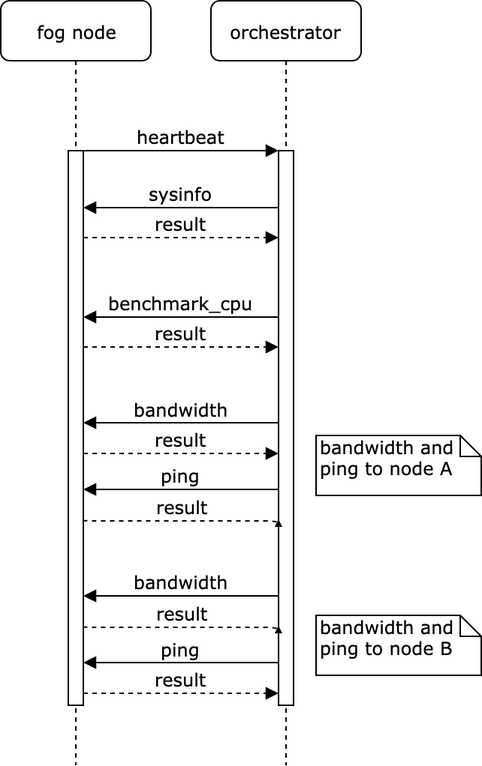
The draw.io diagram documents/overleaf/figures/orchestrator-initial-heartbeat.png in slienau/bachelor-thesis, before a commit. Source tidied: cells renumbered, new cells last; positions are measured from the earlier drawing's top-left corner, leaving out a move shared by most shapes. Its diagram source:
```xml
<mxGraphModel>
  <root>
    <mxCell id="0" />
    <mxCell id="1" parent="0" />
    <mxCell id="2" value="orchestrator" style="shape=umlLifeline;perimeter=lifelinePerimeter;whiteSpace=wrap;html=1;rounded=1;shadow=0;comic=0;labelBackgroundColor=none;strokeColor=#000000;strokeWidth=1;fillColor=#FFFFFF;fontFamily=Verdana;fontSize=12;fontColor=#000000;align=center;" parent="1" vertex="1">
      <mxGeometry x="140" width="100" height="510" as="geometry" />
    </mxCell>
    <mxCell id="3" style="html=1;points=[];perimeter=orthogonalPerimeter;rounded=0;shadow=0;comic=0;labelBackgroundColor=none;strokeColor=#000000;strokeWidth=1;fillColor=#FFFFFF;fontFamily=Verdana;fontSize=12;fontColor=#000000;align=center;" parent="2" vertex="1">
      <mxGeometry x="45" y="100" width="10" height="370" as="geometry" />
    </mxCell>
    <mxCell id="4" value="fog node" style="shape=umlLifeline;perimeter=lifelinePerimeter;whiteSpace=wrap;html=1;rounded=1;shadow=0;comic=0;labelBackgroundColor=none;strokeColor=#000000;strokeWidth=1;fillColor=#FFFFFF;fontFamily=Verdana;fontSize=12;fontColor=#000000;align=center;" parent="1" vertex="1">
      <mxGeometry width="100" height="510" as="geometry" />
    </mxCell>
    <mxCell id="5" style="html=1;points=[];perimeter=orthogonalPerimeter;rounded=0;shadow=0;comic=0;labelBackgroundColor=none;strokeColor=#000000;strokeWidth=1;fillColor=#FFFFFF;fontFamily=Verdana;fontSize=12;fontColor=#000000;align=center;" parent="4" vertex="1">
      <mxGeometry x="45" y="100" width="10" height="370" as="geometry" />
    </mxCell>
    <mxCell id="6" value="heartbeat" style="html=1;verticalAlign=bottom;endArrow=block;entryX=0;entryY=0;labelBackgroundColor=none;fontFamily=Verdana;fontSize=12;edgeStyle=elbowEdgeStyle;elbow=vertical;" parent="1" edge="1" source="5" target="3">
      <mxGeometry relative="1" as="geometry" />
    </mxCell>
    <mxCell id="7" value="bandwidth and ping to node A" style="shape=note;whiteSpace=wrap;html=1;size=14;verticalAlign=top;align=left;spacingTop=-6;rounded=0;shadow=0;comic=0;labelBackgroundColor=none;strokeColor=#000000;strokeWidth=1;fillColor=#FFFFFF;fontFamily=Verdana;fontSize=12;fontColor=#000000;" parent="1" vertex="1">
      <mxGeometry x="210" y="290" width="110" height="40" as="geometry" />
    </mxCell>
    <mxCell id="8" value="sysinfo" style="html=1;verticalAlign=bottom;endArrow=none;entryX=0;entryY=0;labelBackgroundColor=none;fontFamily=Verdana;fontSize=12;edgeStyle=elbowEdgeStyle;elbow=vertical;startArrow=block;startFill=1;endFill=0;" parent="1" edge="1">
      <mxGeometry relative="1" as="geometry">
        <mxPoint x="55" y="138" as="sourcePoint" />
        <mxPoint x="185" y="138" as="targetPoint" />
      </mxGeometry>
    </mxCell>
    <mxCell id="9" value="result" style="html=1;verticalAlign=bottom;endArrow=block;entryX=0;entryY=0;labelBackgroundColor=none;fontFamily=Verdana;fontSize=12;edgeStyle=elbowEdgeStyle;elbow=vertical;dashed=1;" parent="1" edge="1">
      <mxGeometry relative="1" as="geometry">
        <mxPoint x="55" y="158" as="sourcePoint" />
        <mxPoint x="185" y="158" as="targetPoint" />
      </mxGeometry>
    </mxCell>
    <mxCell id="10" value="result" style="html=1;verticalAlign=bottom;endArrow=block;entryX=0;entryY=0;labelBackgroundColor=none;fontFamily=Verdana;fontSize=12;edgeStyle=elbowEdgeStyle;elbow=vertical;dashed=1;" parent="1" edge="1">
      <mxGeometry relative="1" as="geometry">
        <mxPoint x="55" y="302" as="sourcePoint" />
        <mxPoint x="185" y="302" as="targetPoint" />
      </mxGeometry>
    </mxCell>
    <mxCell id="11" value="bandwidth" style="html=1;verticalAlign=bottom;endArrow=none;entryX=0;entryY=0;labelBackgroundColor=none;fontFamily=Verdana;fontSize=12;edgeStyle=elbowEdgeStyle;elbow=horizontal;startArrow=block;startFill=1;endFill=0;" parent="1" edge="1">
      <mxGeometry relative="1" as="geometry">
        <mxPoint x="55" y="281.5" as="sourcePoint" />
        <mxPoint x="185" y="281.5" as="targetPoint" />
      </mxGeometry>
    </mxCell>
    <mxCell id="12" value="ping" style="html=1;verticalAlign=bottom;endArrow=none;entryX=0;entryY=0;labelBackgroundColor=none;fontFamily=Verdana;fontSize=12;edgeStyle=elbowEdgeStyle;elbow=horizontal;startArrow=block;startFill=1;endFill=0;" parent="1" edge="1">
      <mxGeometry relative="1" as="geometry">
        <mxPoint x="55" y="326" as="sourcePoint" />
        <mxPoint x="185" y="326" as="targetPoint" />
      </mxGeometry>
    </mxCell>
    <mxCell id="13" value="result" style="html=1;verticalAlign=bottom;endArrow=block;entryX=0;entryY=0;labelBackgroundColor=none;fontFamily=Verdana;fontSize=12;edgeStyle=elbowEdgeStyle;elbow=vertical;dashed=1;" parent="1" edge="1">
      <mxGeometry relative="1" as="geometry">
        <mxPoint x="55" y="346.5" as="sourcePoint" />
        <mxPoint x="185" y="346.5" as="targetPoint" />
      </mxGeometry>
    </mxCell>
    <mxCell id="14" value="benchmark_cpu" style="html=1;verticalAlign=bottom;endArrow=none;entryX=0;entryY=0;labelBackgroundColor=none;fontFamily=Verdana;fontSize=12;edgeStyle=elbowEdgeStyle;elbow=vertical;startArrow=block;startFill=1;endFill=0;" parent="1" edge="1">
      <mxGeometry relative="1" as="geometry">
        <mxPoint x="55" y="211" as="sourcePoint" />
        <mxPoint x="185" y="211" as="targetPoint" />
      </mxGeometry>
    </mxCell>
    <mxCell id="15" value="result" style="html=1;verticalAlign=bottom;endArrow=block;entryX=0;entryY=0;labelBackgroundColor=none;fontFamily=Verdana;fontSize=12;edgeStyle=elbowEdgeStyle;elbow=vertical;dashed=1;" parent="1" edge="1">
      <mxGeometry relative="1" as="geometry">
        <mxPoint x="55" y="231" as="sourcePoint" />
        <mxPoint x="185" y="231" as="targetPoint" />
      </mxGeometry>
    </mxCell>
    <mxCell id="16" value="bandwidth" style="html=1;verticalAlign=bottom;endArrow=none;entryX=0;entryY=0;labelBackgroundColor=none;fontFamily=Verdana;fontSize=12;edgeStyle=elbowEdgeStyle;elbow=horizontal;startArrow=block;startFill=1;endFill=0;" parent="1" edge="1">
      <mxGeometry relative="1" as="geometry">
        <mxPoint x="55" y="397" as="sourcePoint" />
        <mxPoint x="185" y="397" as="targetPoint" />
      </mxGeometry>
    </mxCell>
    <mxCell id="17" value="result" style="html=1;verticalAlign=bottom;endArrow=block;entryX=0;entryY=0;labelBackgroundColor=none;fontFamily=Verdana;fontSize=12;edgeStyle=elbowEdgeStyle;elbow=vertical;dashed=1;" parent="1" edge="1">
      <mxGeometry relative="1" as="geometry">
        <mxPoint x="55" y="417.5" as="sourcePoint" />
        <mxPoint x="185" y="417.5" as="targetPoint" />
      </mxGeometry>
    </mxCell>
    <mxCell id="18" value="ping" style="html=1;verticalAlign=bottom;endArrow=none;entryX=0;entryY=0;labelBackgroundColor=none;fontFamily=Verdana;fontSize=12;edgeStyle=elbowEdgeStyle;elbow=horizontal;startArrow=block;startFill=1;endFill=0;" parent="1" edge="1">
      <mxGeometry relative="1" as="geometry">
        <mxPoint x="55" y="441.5" as="sourcePoint" />
        <mxPoint x="185" y="441.5" as="targetPoint" />
      </mxGeometry>
    </mxCell>
    <mxCell id="19" value="result" style="html=1;verticalAlign=bottom;endArrow=block;entryX=0;entryY=0;labelBackgroundColor=none;fontFamily=Verdana;fontSize=12;edgeStyle=elbowEdgeStyle;elbow=vertical;dashed=1;" parent="1" edge="1">
      <mxGeometry relative="1" as="geometry">
        <mxPoint x="55" y="462" as="sourcePoint" />
        <mxPoint x="185" y="462" as="targetPoint" />
      </mxGeometry>
    </mxCell>
    <mxCell id="20" value="bandwidth and ping to node B" style="shape=note;whiteSpace=wrap;html=1;size=14;verticalAlign=top;align=left;spacingTop=-6;rounded=0;shadow=0;comic=0;labelBackgroundColor=none;strokeColor=#000000;strokeWidth=1;fillColor=#FFFFFF;fontFamily=Verdana;fontSize=12;fontColor=#000000;" parent="1" vertex="1">
      <mxGeometry x="210" y="410" width="110" height="40" as="geometry" />
    </mxCell>
  </root>
</mxGraphModel>
```
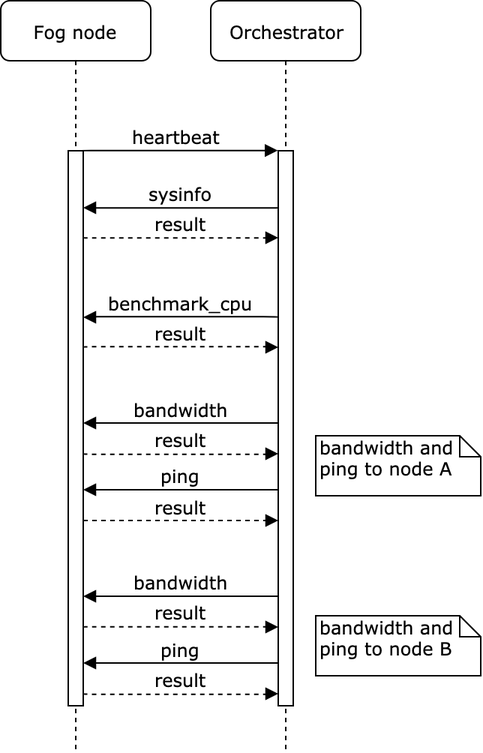
The same diagram one commit later.

The edit, as a diff of the source:
```diff
@@ -2,14 +2,14 @@
   <root>
     <mxCell id="0" />
     <mxCell id="1" parent="0" />
-    <mxCell id="2" value="orchestrator" style="shape=umlLifeline;perimeter=lifelinePerimeter;whiteSpace=wrap;html=1;rounded=1;shadow=0;comic=0;labelBackgroundColor=none;strokeColor=#000000;strokeWidth=1;fillColor=#FFFFFF;fontFamily=Verdana;fontSize=12;fontColor=#000000;align=center;" parent="1" vertex="1">
-      <mxGeometry x="140" width="100" height="510" as="geometry" />
+    <mxCell id="2" value="Orchestrator" style="shape=umlLifeline;perimeter=lifelinePerimeter;whiteSpace=wrap;html=1;rounded=1;shadow=0;comic=0;labelBackgroundColor=none;strokeColor=#000000;strokeWidth=1;fillColor=#FFFFFF;fontFamily=Verdana;fontSize=12;fontColor=#000000;align=center;" parent="1" vertex="1">
+      <mxGeometry x="140" width="100" height="500" as="geometry" />
     </mxCell>
     <mxCell id="3" style="html=1;points=[];perimeter=orthogonalPerimeter;rounded=0;shadow=0;comic=0;labelBackgroundColor=none;strokeColor=#000000;strokeWidth=1;fillColor=#FFFFFF;fontFamily=Verdana;fontSize=12;fontColor=#000000;align=center;" parent="2" vertex="1">
       <mxGeometry x="45" y="100" width="10" height="370" as="geometry" />
     </mxCell>
-    <mxCell id="4" value="fog node" style="shape=umlLifeline;perimeter=lifelinePerimeter;whiteSpace=wrap;html=1;rounded=1;shadow=0;comic=0;labelBackgroundColor=none;strokeColor=#000000;strokeWidth=1;fillColor=#FFFFFF;fontFamily=Verdana;fontSize=12;fontColor=#000000;align=center;" parent="1" vertex="1">
-      <mxGeometry width="100" height="510" as="geometry" />
+    <mxCell id="4" value="Fog node" style="shape=umlLifeline;perimeter=lifelinePerimeter;whiteSpace=wrap;html=1;rounded=1;shadow=0;comic=0;labelBackgroundColor=none;strokeColor=#000000;strokeWidth=1;fillColor=#FFFFFF;fontFamily=Verdana;fontSize=12;fontColor=#000000;align=center;" parent="1" vertex="1">
+      <mxGeometry width="100" height="500" as="geometry" />
     </mxCell>
     <mxCell id="5" style="html=1;points=[];perimeter=orthogonalPerimeter;rounded=0;shadow=0;comic=0;labelBackgroundColor=none;strokeColor=#000000;strokeWidth=1;fillColor=#FFFFFF;fontFamily=Verdana;fontSize=12;fontColor=#000000;align=center;" parent="4" vertex="1">
       <mxGeometry x="45" y="100" width="10" height="370" as="geometry" />
```
